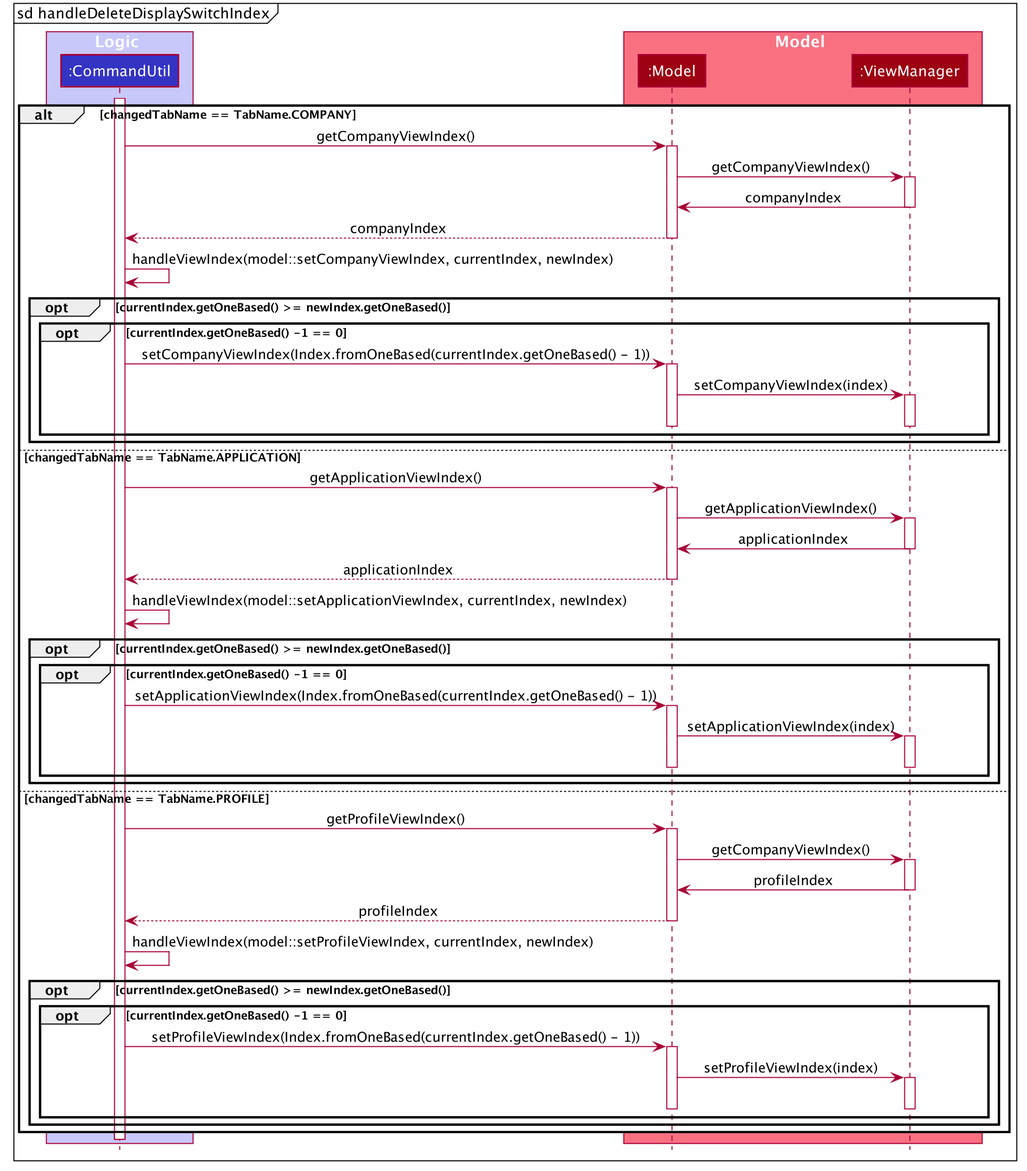
Earlier version of the PlantUML export docs/images/HandleDeleteDisplaySwitchIndexSequenceDiagram.png (shawn-nyk/tp).
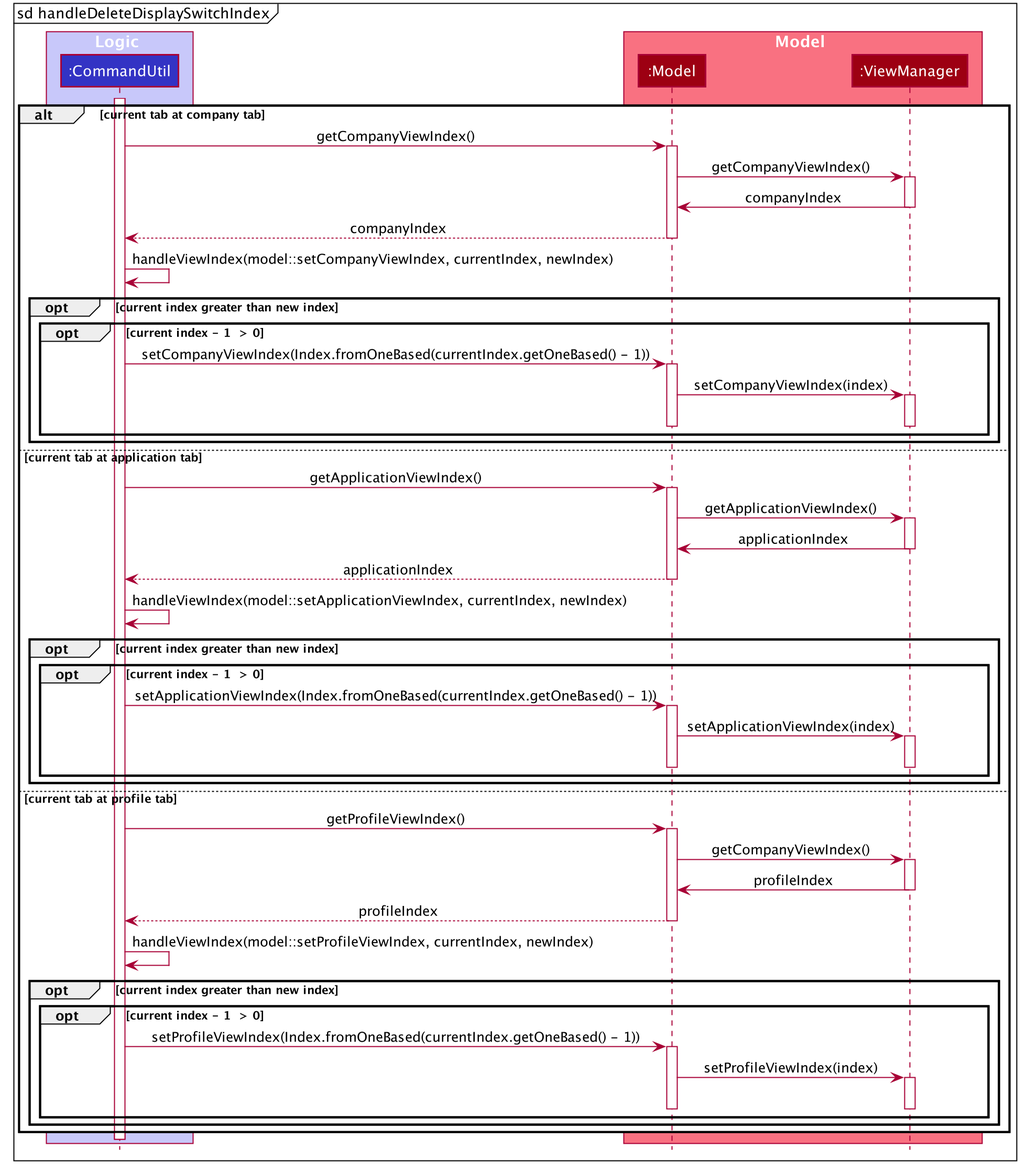
The same diagram one commit later.

Diff of the diagram source:
```diff
@@ -60,7 +60,7 @@
 mainframe sd handleDeleteDisplaySwitchIndex
 activate CommandUtil
 
-alt changedTabName == TabName.COMPANY
+alt current tab at company tab
     CommandUtil -> Model : getCompanyViewIndex()
     activate Model
     Model -> ViewManager : getCompanyViewIndex()
@@ -70,8 +70,8 @@
     Model --> CommandUtil : companyIndex
     deactivate Model
     CommandUtil -> CommandUtil : handleViewIndex(model::setCompanyViewIndex, currentIndex, newIndex)
-    opt currentIndex.getOneBased() >= newIndex.getOneBased()
-        opt currentIndex.getOneBased() -1 == 0
+    opt current index greater than new index
+        opt current index - 1  > 0
             CommandUtil -> Model : setCompanyViewIndex(Index.fromOneBased(currentIndex.getOneBased() - 1))
             activate Model
             Model -> ViewManager : setCompanyViewIndex(index)
@@ -80,7 +80,7 @@
             deactivate Model
         end
     end
-else changedTabName == TabName.APPLICATION
+else current tab at application tab
     CommandUtil -> Model : getApplicationViewIndex()
     activate Model
     Model -> ViewManager : getApplicationViewIndex()
@@ -90,8 +90,8 @@
     Model --> CommandUtil : applicationIndex
     deactivate Model
     CommandUtil -> CommandUtil : handleViewIndex(model::setApplicationViewIndex, currentIndex, newIndex)
-    opt currentIndex.getOneBased() >= newIndex.getOneBased()
-        opt currentIndex.getOneBased() -1 == 0
+    opt current index greater than new index
+        opt current index - 1  > 0
             CommandUtil -> Model : setApplicationViewIndex(Index.fromOneBased(currentIndex.getOneBased() - 1))
             activate Model
             Model -> ViewManager : setApplicationViewIndex(index)
@@ -100,7 +100,7 @@
             deactivate Model
         end
     end
-else changedTabName == TabName.PROFILE
+else current tab at profile tab
     CommandUtil -> Model : getProfileViewIndex()
     activate Model
     Model -> ViewManager : getCompanyViewIndex()
@@ -110,8 +110,8 @@
     Model --> CommandUtil : profileIndex
     deactivate Model
     CommandUtil -> CommandUtil : handleViewIndex(model::setProfileViewIndex, currentIndex, newIndex)
-    opt currentIndex.getOneBased() >= newIndex.getOneBased()
-        opt currentIndex.getOneBased() -1 == 0
+    opt current index greater than new index
+        opt current index - 1  > 0
             CommandUtil -> Model : setProfileViewIndex(Index.fromOneBased(currentIndex.getOneBased() - 1))
             activate Model
             Model -> ViewManager : setProfileViewIndex(index)
```
